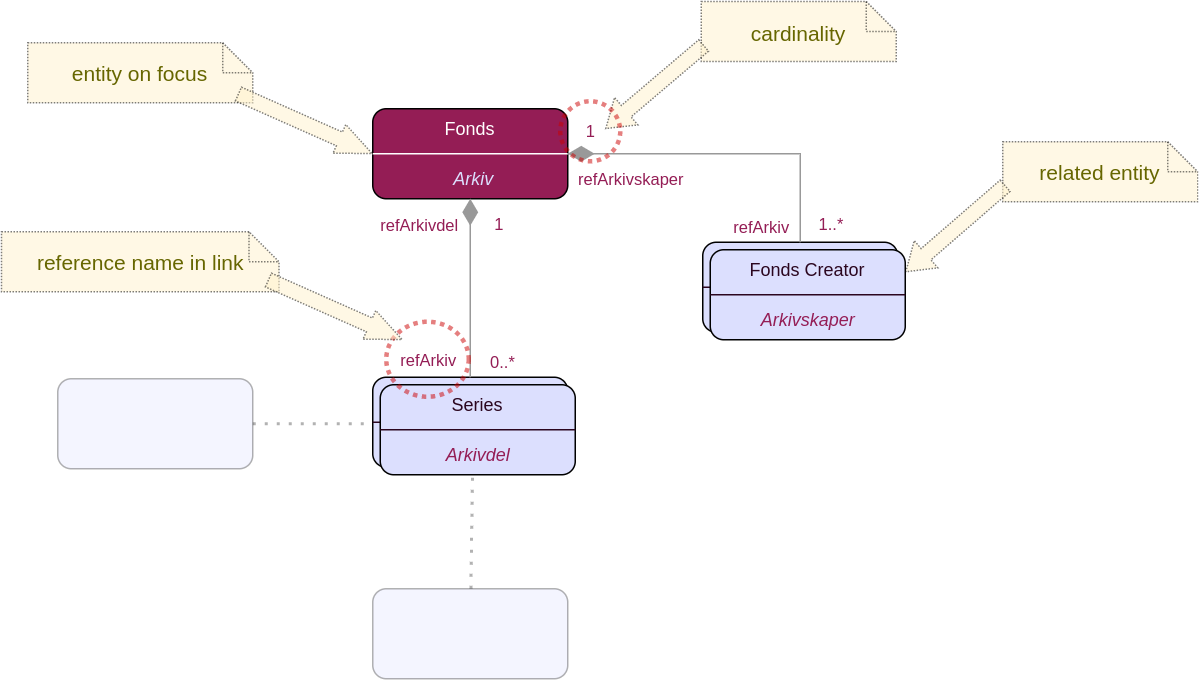
myakimov/documaster-api-docs keeps this draw.io diagram as general/modeloverview/images/diagram-fonds-firstconact.png. Above is the earlier version. Source tidied: cells renumbered, new cells last; positions are measured from the earlier drawing's top-left corner, leaving out a move shared by most shapes.
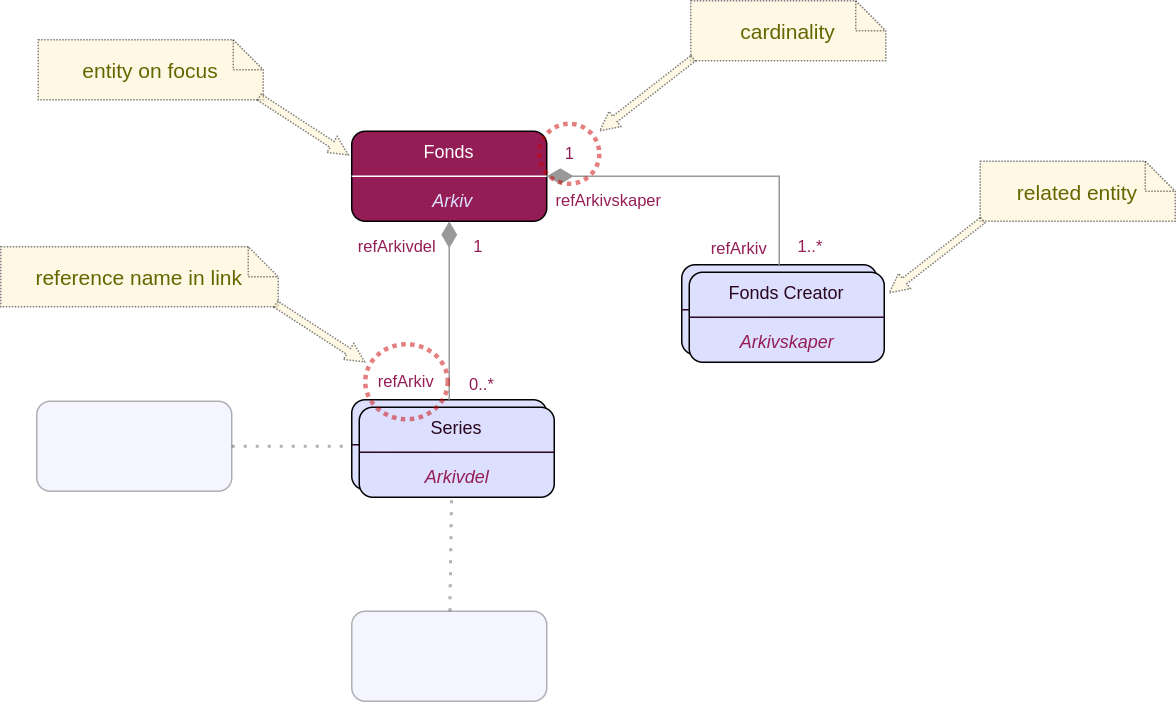
The same diagram one commit later.

The edit, as a diff of the source:
```diff
@@ -109,27 +109,20 @@
       </mxGeometry>
     </mxCell>
     <mxCell id="34" value="entity on focus" style="shape=note;strokeWidth=1;fontSize=14;size=20;whiteSpace=wrap;html=1;fillColor=#fff2cc;strokeColor=#000000;fontColor=#666600;glass=0;opacity=50;dashed=1;dashPattern=1 1;align=center;" parent="1" vertex="1">
-      <mxGeometry x="18" y="28" width="150" height="40" as="geometry" />
+      <mxGeometry x="39" y="11" width="150" height="40" as="geometry" />
     </mxCell>
     <mxCell id="35" value="related entity" style="shape=note;strokeWidth=1;fontSize=14;size=20;whiteSpace=wrap;html=1;fillColor=#fff2cc;strokeColor=default;fontColor=#666600;glass=0;opacity=50;dashed=1;dashPattern=1 1;" parent="1" vertex="1">
-      <mxGeometry x="668" y="94" width="130" height="40" as="geometry" />
+      <mxGeometry x="667" y="92" width="130" height="40" as="geometry" />
     </mxCell>
-    <mxCell id="36" style="shape=flexArrow;endArrow=classic;html=1;rounded=0;entryX=1;entryY=0.25;entryDx=0;entryDy=0;fillColor=#FFF2CC;strokeColor=#000000;opacity=50;dashed=1;dashPattern=1 1;exitX=0.015;exitY=0.725;exitDx=0;exitDy=0;exitPerimeter=0;endWidth=13;endSize=5.61;" parent="1" edge="1" source="35" target="17">
-      <mxGeometry relative="1" as="geometry" />
+    <mxCell id="36" style="shape=flexArrow;endArrow=classic;html=1;rounded=0;entryX=1;entryY=0.25;entryDx=0;entryDy=0;fillColor=#FFF2CC;strokeColor=#000000;opacity=50;dashed=1;dashPattern=1 1;endWidth=7.052154195011338;endSize=3.919047619047619;width=4.761904761904762;" parent="1" edge="1">
+      <mxGeometry relative="1" as="geometry">
+        <mxPoint x="669" y="131" as="sourcePoint" />
+        <mxPoint x="606" y="180" as="targetPoint" />
+      </mxGeometry>
     </mxCell>
-    <mxCell id="37" style="shape=flexArrow;endArrow=classic;html=1;rounded=0;entryX=0;entryY=0.5;entryDx=0;entryDy=0;fillColor=#FFF2CC;strokeColor=#000000;opacity=50;dashed=1;dashPattern=1 1;endWidth=10;endSize=7.62;" parent="1" edge="1" target="3">
-      <mxGeometry relative="1" as="geometry">
-        <mxPoint x="158" y="62" as="sourcePoint" />
-      </mxGeometry>
-    </mxCell>
     <mxCell id="38" value="cardinality" style="shape=note;strokeWidth=1;fontSize=14;size=20;whiteSpace=wrap;html=1;fillColor=#fff2cc;strokeColor=default;fontColor=#666600;glass=0;opacity=50;dashed=1;dashPattern=1 1;" parent="1" vertex="1">
-      <mxGeometry x="467" y="0.5" width="130" height="40" as="geometry" />
+      <mxGeometry x="474" y="-15" width="130" height="40" as="geometry" />
     </mxCell>
-    <mxCell id="39" style="shape=flexArrow;endArrow=classic;html=1;rounded=0;entryX=1;entryY=0.25;entryDx=0;entryDy=0;fillColor=#FFF2CC;strokeColor=#000000;opacity=50;dashed=1;dashPattern=1 1;exitX=0.015;exitY=0.725;exitDx=0;exitDy=0;exitPerimeter=0;endWidth=13;endSize=5.61;" parent="1" edge="1" source="38">
-      <mxGeometry relative="1" as="geometry">
-        <mxPoint x="403" y="85.5" as="targetPoint" />
-      </mxGeometry>
-    </mxCell>
     <mxCell id="40" style="ellipse;whiteSpace=wrap;html=1;glass=0;dashed=1;dashPattern=1 1;strokeColor=#CC0000;strokeWidth=3;opacity=50;fillColor=none;" parent="1" vertex="1">
       <mxGeometry x="373" y="67" width="40" height="40" as="geometry" />
     </mxCell>
@@ -137,13 +130,25 @@
       <mxGeometry x="257" y="214" width="55" height="50" as="geometry" />
     </mxCell>
     <mxCell id="42" value="reference name in link" style="shape=note;strokeWidth=1;fontSize=14;size=20;whiteSpace=wrap;html=1;fillColor=#fff2cc;strokeColor=#000000;fontColor=#666600;glass=0;opacity=50;dashed=1;dashPattern=1 1;align=center;" parent="1" vertex="1">
-      <mxGeometry x="0.5" y="154" width="185" height="40" as="geometry" />
+      <mxGeometry x="14" y="149" width="185" height="40" as="geometry" />
     </mxCell>
-    <mxCell id="43" style="shape=flexArrow;endArrow=classic;html=1;rounded=0;entryX=0;entryY=0.5;entryDx=0;entryDy=0;fillColor=#FFF2CC;strokeColor=#000000;opacity=50;dashed=1;dashPattern=1 1;endWidth=10;endSize=7.62;" parent="1" edge="1">
-      <mxGeometry relative="1" as="geometry">
-        <mxPoint x="178" y="186" as="sourcePoint" />
-        <mxPoint x="268" y="226" as="targetPoint" />
-      </mxGeometry>
-    </mxCell>
+    <mxCell id="44" style="shape=flexArrow;endArrow=classic;html=1;rounded=0;entryX=1;entryY=0.25;entryDx=0;entryDy=0;fillColor=#FFF2CC;strokeColor=#000000;opacity=50;dashed=1;dashPattern=1 1;endWidth=7.052154195011338;endSize=3.919047619047619;width=4.761904761904762;" parent="1" edge="1">
+      <mxGeometry relative="1" as="geometry">
+        <mxPoint x="476" y="23" as="sourcePoint" />
+        <mxPoint x="413" y="72" as="targetPoint" />
+      </mxGeometry>
+    </mxCell>
+    <mxCell id="45" style="shape=flexArrow;endArrow=classic;html=1;rounded=0;entryX=1;entryY=0.25;entryDx=0;entryDy=0;fillColor=#FFF2CC;strokeColor=#000000;opacity=50;dashed=1;dashPattern=1 1;endWidth=7.052154195011338;endSize=3.919047619047619;width=4.761904761904762;" parent="1" edge="1">
+      <mxGeometry relative="1" as="geometry">
+        <mxPoint x="186" y="49" as="sourcePoint" />
+        <mxPoint x="246" y="88" as="targetPoint" />
+      </mxGeometry>
+    </mxCell>
+    <mxCell id="46" style="shape=flexArrow;endArrow=classic;html=1;rounded=0;entryX=1;entryY=0.25;entryDx=0;entryDy=0;fillColor=#FFF2CC;strokeColor=#000000;opacity=50;dashed=1;dashPattern=1 1;endWidth=7.052154195011338;endSize=3.919047619047619;width=4.761904761904762;" parent="1" edge="1">
+      <mxGeometry relative="1" as="geometry">
+        <mxPoint x="197" y="187" as="sourcePoint" />
+        <mxPoint x="257" y="226" as="targetPoint" />
+      </mxGeometry>
+    </mxCell>
   </root>
 </mxGraphModel>
```
